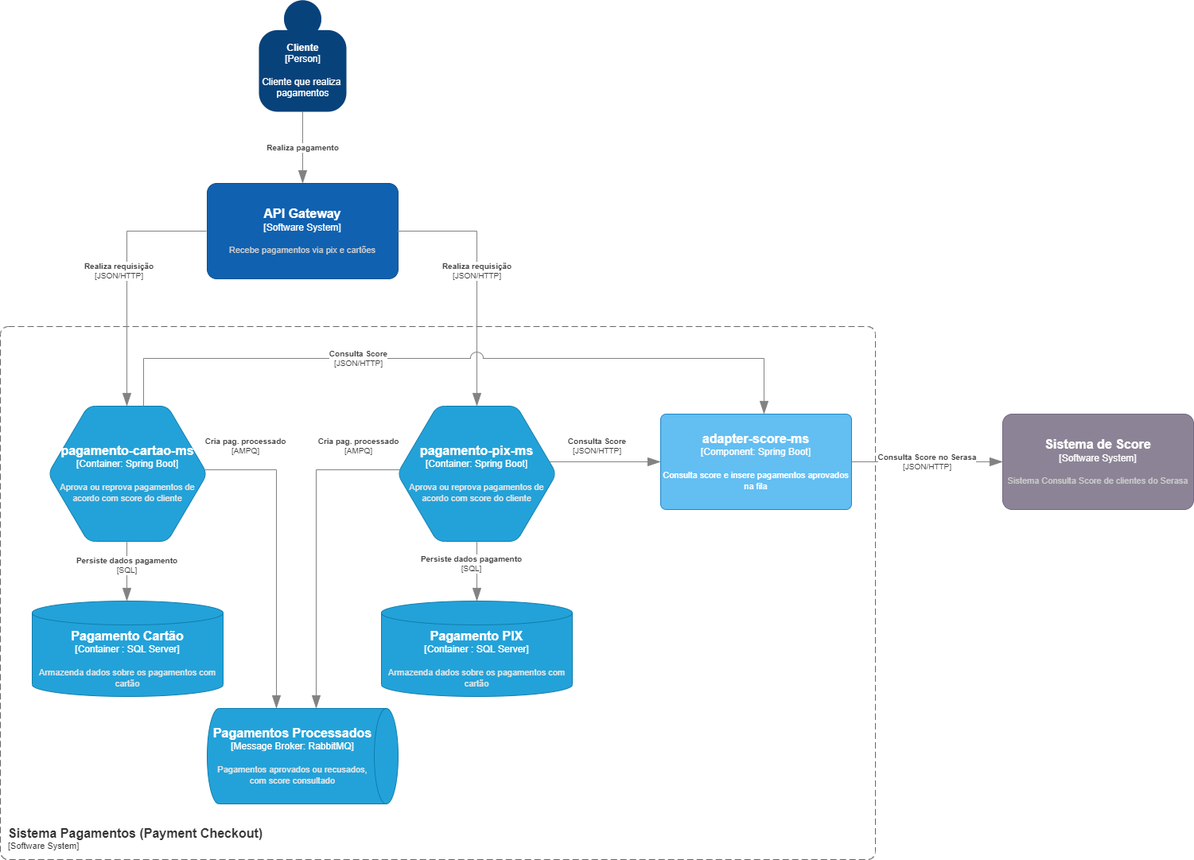
felipesalvadordev/payment-system-architecture-C4 keeps this draw.io diagram as Container Pagamentos.drawio.png. Above is the earlier version. Source tidied: cells renumbered, new cells last; positions are measured from the earlier drawing's top-left corner, leaving out a move shared by most shapes.
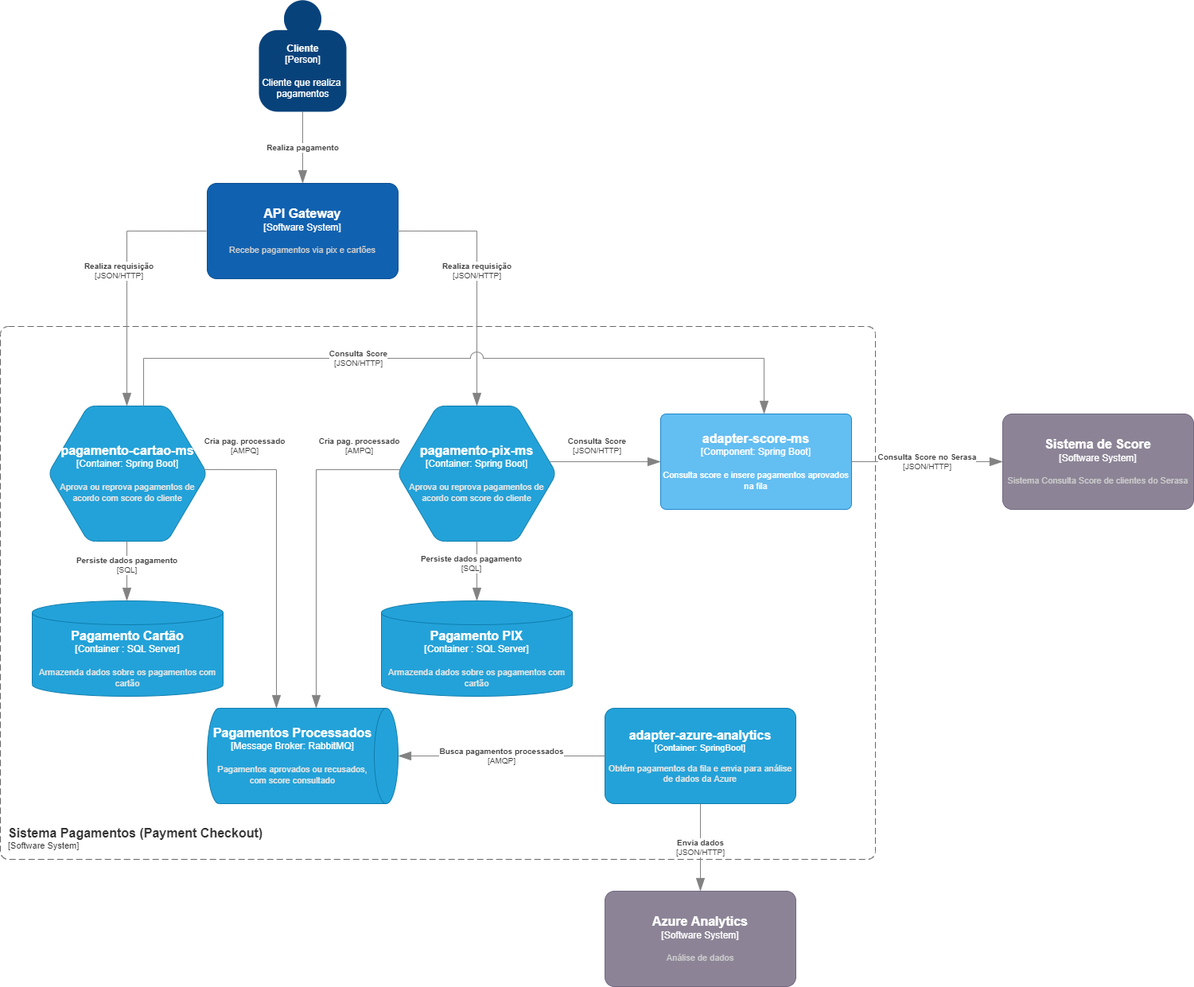
Above is the later version.

Change to the diagram source:
```diff
@@ -141,5 +141,25 @@
         <mxGeometry x="325" width="110" height="140" as="geometry" />
       </mxCell>
     </object>
+    <object id="22" label="&lt;font style=&quot;font-size: 16px&quot;&gt;&lt;b&gt;%c4Name%&lt;/b&gt;&lt;/font&gt;&lt;div&gt;[%c4Type%: %c4Technology%]&lt;/div&gt;&lt;br&gt;&lt;div&gt;&lt;font style=&quot;font-size: 11px&quot;&gt;&lt;font color=&quot;#E6E6E6&quot;&gt;%c4Description%&lt;/font&gt;&lt;/div&gt;" c4Description="Obtém pagamentos da fila e envia para análise de dados da Azure" c4Name="adapter-azure-analytics" c4Technology="SpringBoot" c4Type="Container" placeholders="1">
+      <mxCell style="rounded=1;whiteSpace=wrap;html=1;fontSize=11;labelBackgroundColor=none;fillColor=#23A2D9;fontColor=#ffffff;align=center;arcSize=10;strokeColor=#0E7DAD;points=[[0.25,0,0],[0.5,0,0],[0.75,0,0],[1,0.25,0],[1,0.5,0],[1,0.75,0],[0.75,1,0],[0.5,1,0],[0.25,1,0],[0,0.75,0],[0,0.5,0],[0,0.25,0]];" parent="1" vertex="1">
+        <mxGeometry x="760" y="890" width="240" height="120" as="geometry" />
+      </mxCell>
+    </object>
+    <object id="23" label="&lt;div style=&quot;text-align: left&quot;&gt;&lt;div style=&quot;text-align: center&quot;&gt;&lt;b&gt;%c4Description%&lt;/b&gt;&lt;/div&gt;&lt;div style=&quot;text-align: center&quot;&gt;[%c4Technology%]&lt;/div&gt;&lt;/div&gt;" c4Description="Busca pagamentos processados" c4Technology="AMQP" c4Type="Relationship" placeholders="1">
+      <mxCell style="endArrow=blockThin;html=1;fontSize=10;fontColor=#404040;strokeWidth=1;endFill=1;strokeColor=#828282;elbow=vertical;endSize=14;startSize=14;jumpStyle=arc;jumpSize=16;rounded=0;edgeStyle=orthogonalEdgeStyle;" parent="1" edge="1" source="22" target="6">
+        <mxGeometry relative="1" as="geometry" />
+      </mxCell>
+    </object>
+    <object id="24" label="&lt;font style=&quot;font-size: 16px&quot;&gt;&lt;b&gt;%c4Name%&lt;/b&gt;&lt;/font&gt;&lt;div&gt;[%c4Type%]&lt;/div&gt;&lt;br&gt;&lt;div&gt;&lt;font style=&quot;font-size: 11px&quot;&gt;&lt;font color=&quot;#cccccc&quot;&gt;%c4Description%&lt;/font&gt;&lt;/div&gt;" c4Description="Análise de dados" c4Name="Azure Analytics" c4Type="Software System" placeholders="1">
+      <mxCell style="rounded=1;whiteSpace=wrap;html=1;labelBackgroundColor=none;fillColor=#8C8496;fontColor=#ffffff;align=center;arcSize=10;strokeColor=#736782;points=[[0.25,0,0],[0.5,0,0],[0.75,0,0],[1,0.25,0],[1,0.5,0],[1,0.75,0],[0.75,1,0],[0.5,1,0],[0.25,1,0],[0,0.75,0],[0,0.5,0],[0,0.25,0]];" parent="1" vertex="1">
+        <mxGeometry x="760" y="1120" width="240" height="120" as="geometry" />
+      </mxCell>
+    </object>
+    <object id="25" label="&lt;div style=&quot;text-align: left&quot;&gt;&lt;div style=&quot;text-align: center&quot;&gt;&lt;b&gt;%c4Description%&lt;/b&gt;&lt;/div&gt;&lt;div style=&quot;text-align: center&quot;&gt;[%c4Technology%]&lt;/div&gt;&lt;/div&gt;" c4Description="Envia dados" c4Technology="JSON/HTTP" c4Type="Relationship" placeholders="1">
+      <mxCell style="endArrow=blockThin;html=1;fontSize=10;fontColor=#404040;strokeWidth=1;endFill=1;strokeColor=#828282;elbow=vertical;endSize=14;startSize=14;jumpStyle=arc;jumpSize=16;rounded=0;edgeStyle=orthogonalEdgeStyle;entryX=0.5;entryY=0;entryDx=0;entryDy=0;entryPerimeter=0;" parent="1" edge="1" source="22" target="24">
+        <mxGeometry relative="1" as="geometry" />
+      </mxCell>
+    </object>
   </root>
 </mxGraphModel>
```
